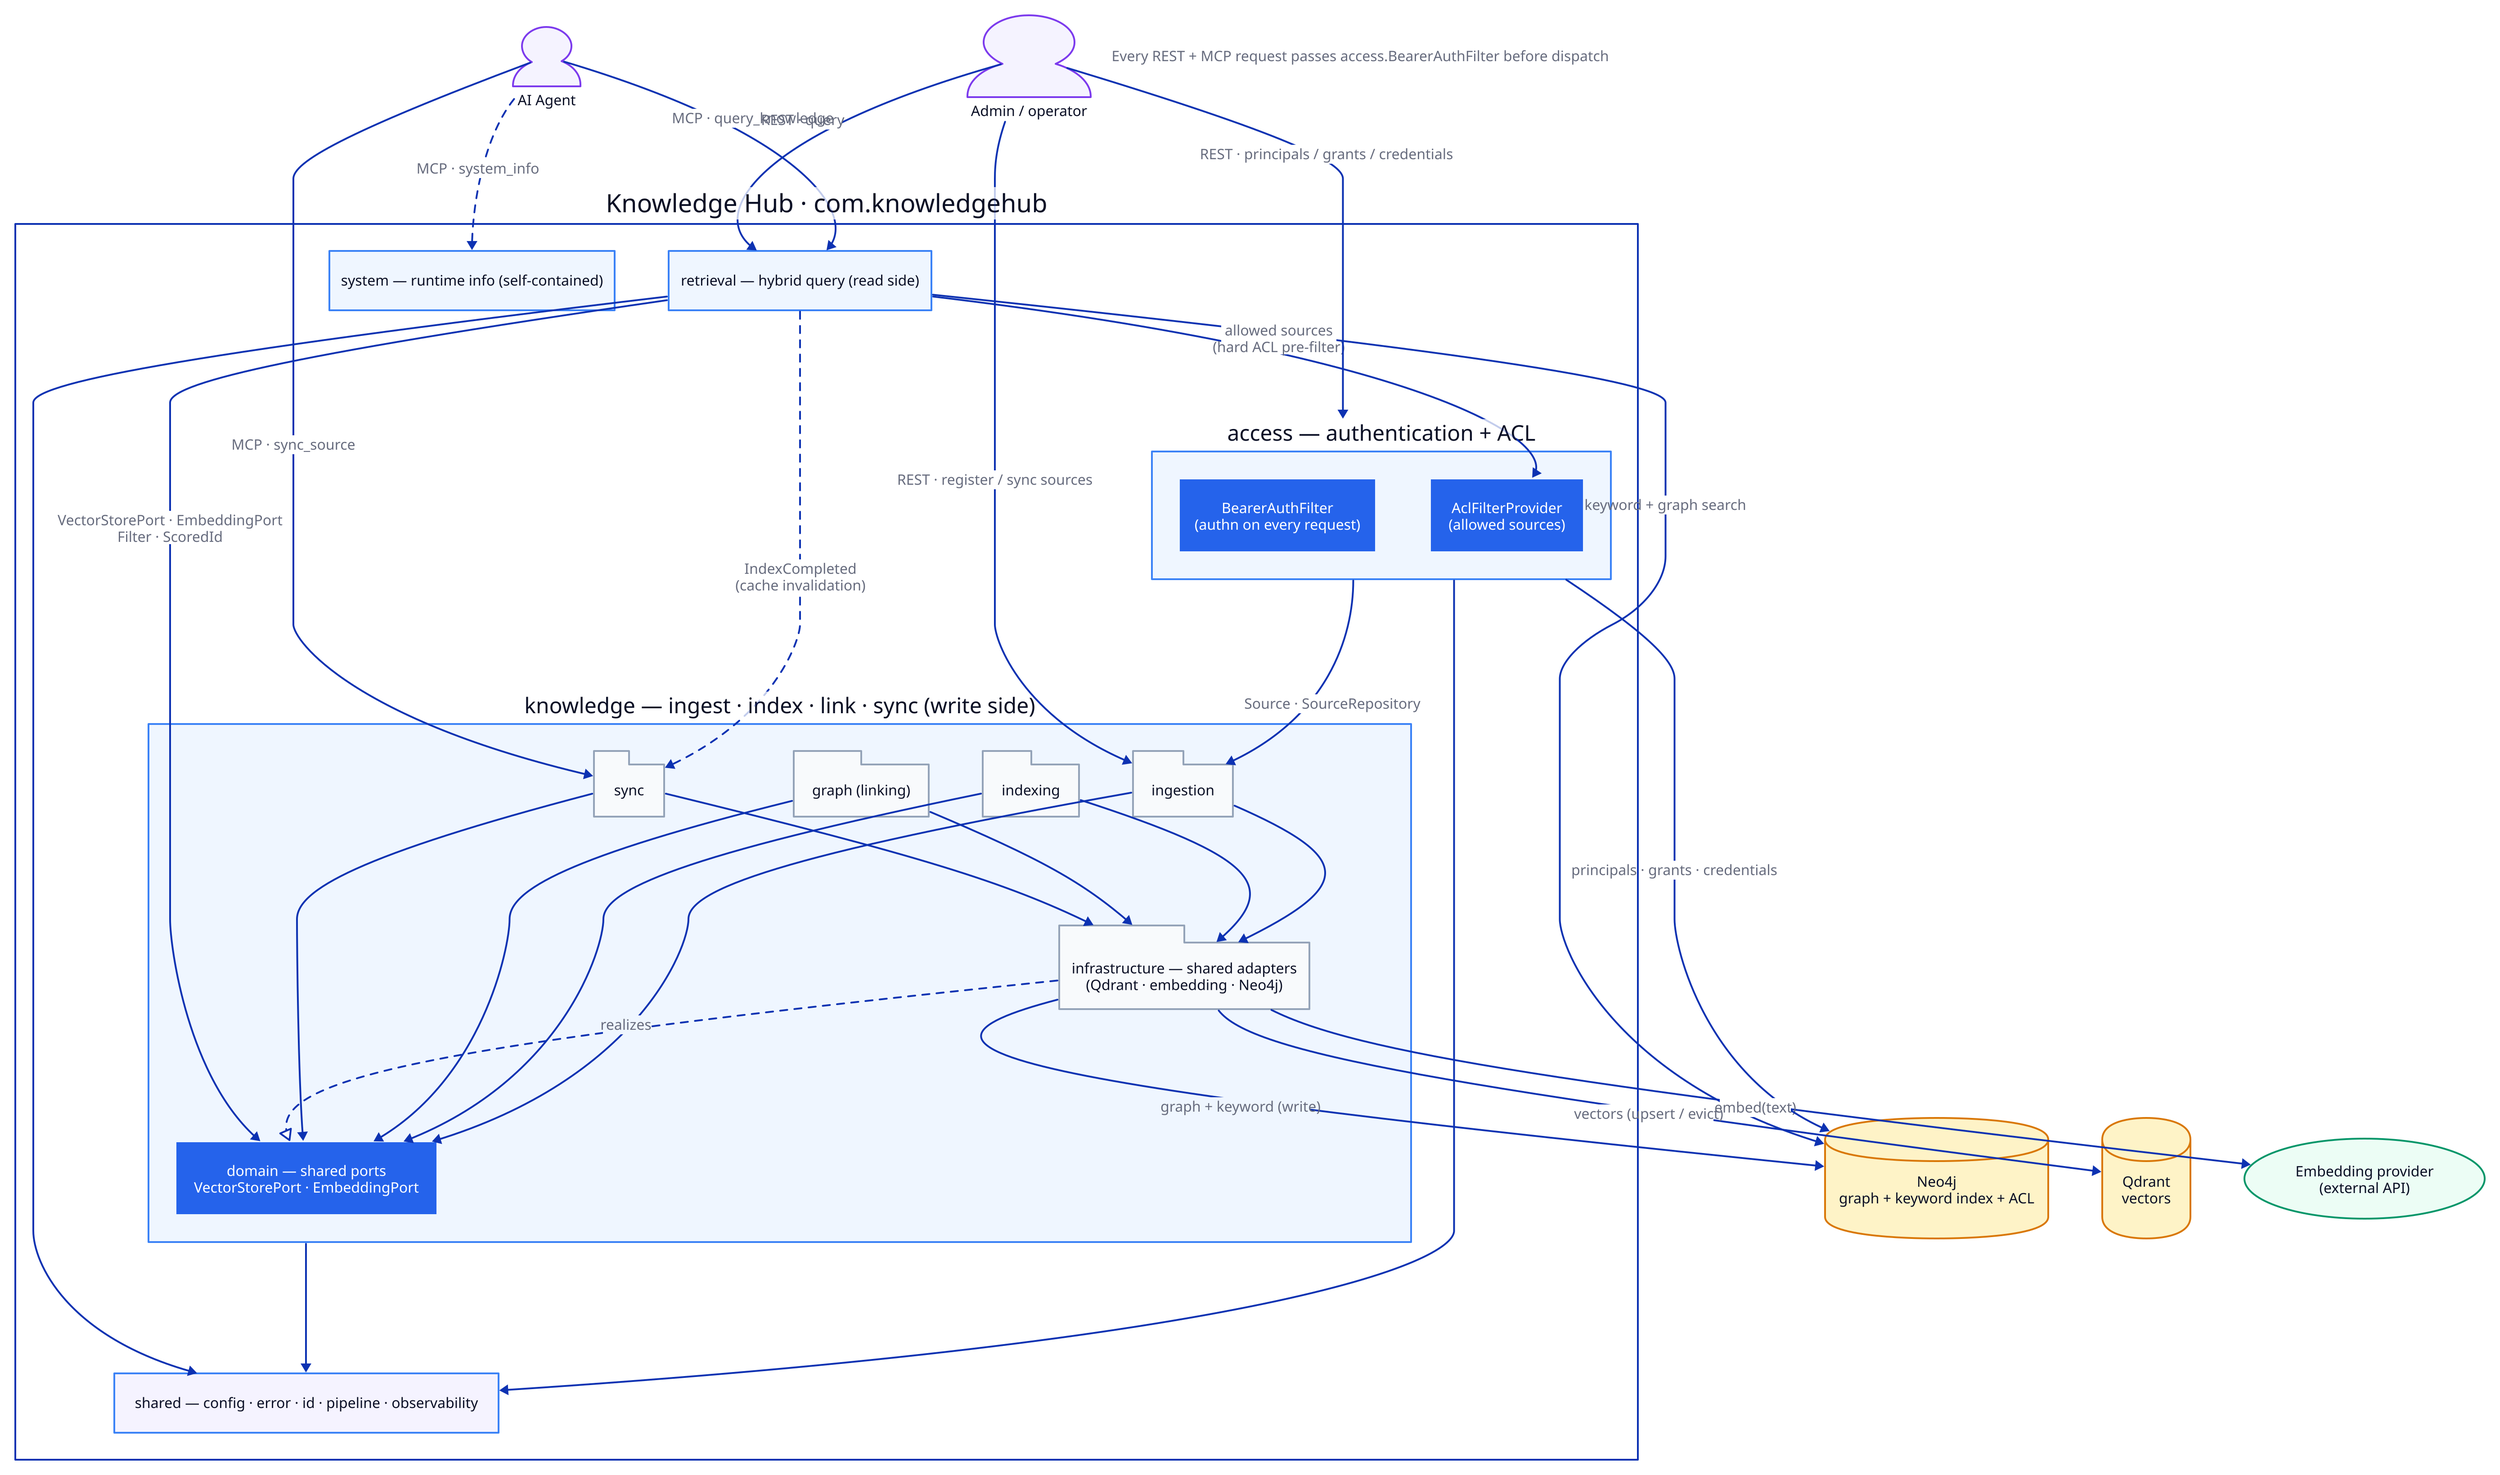
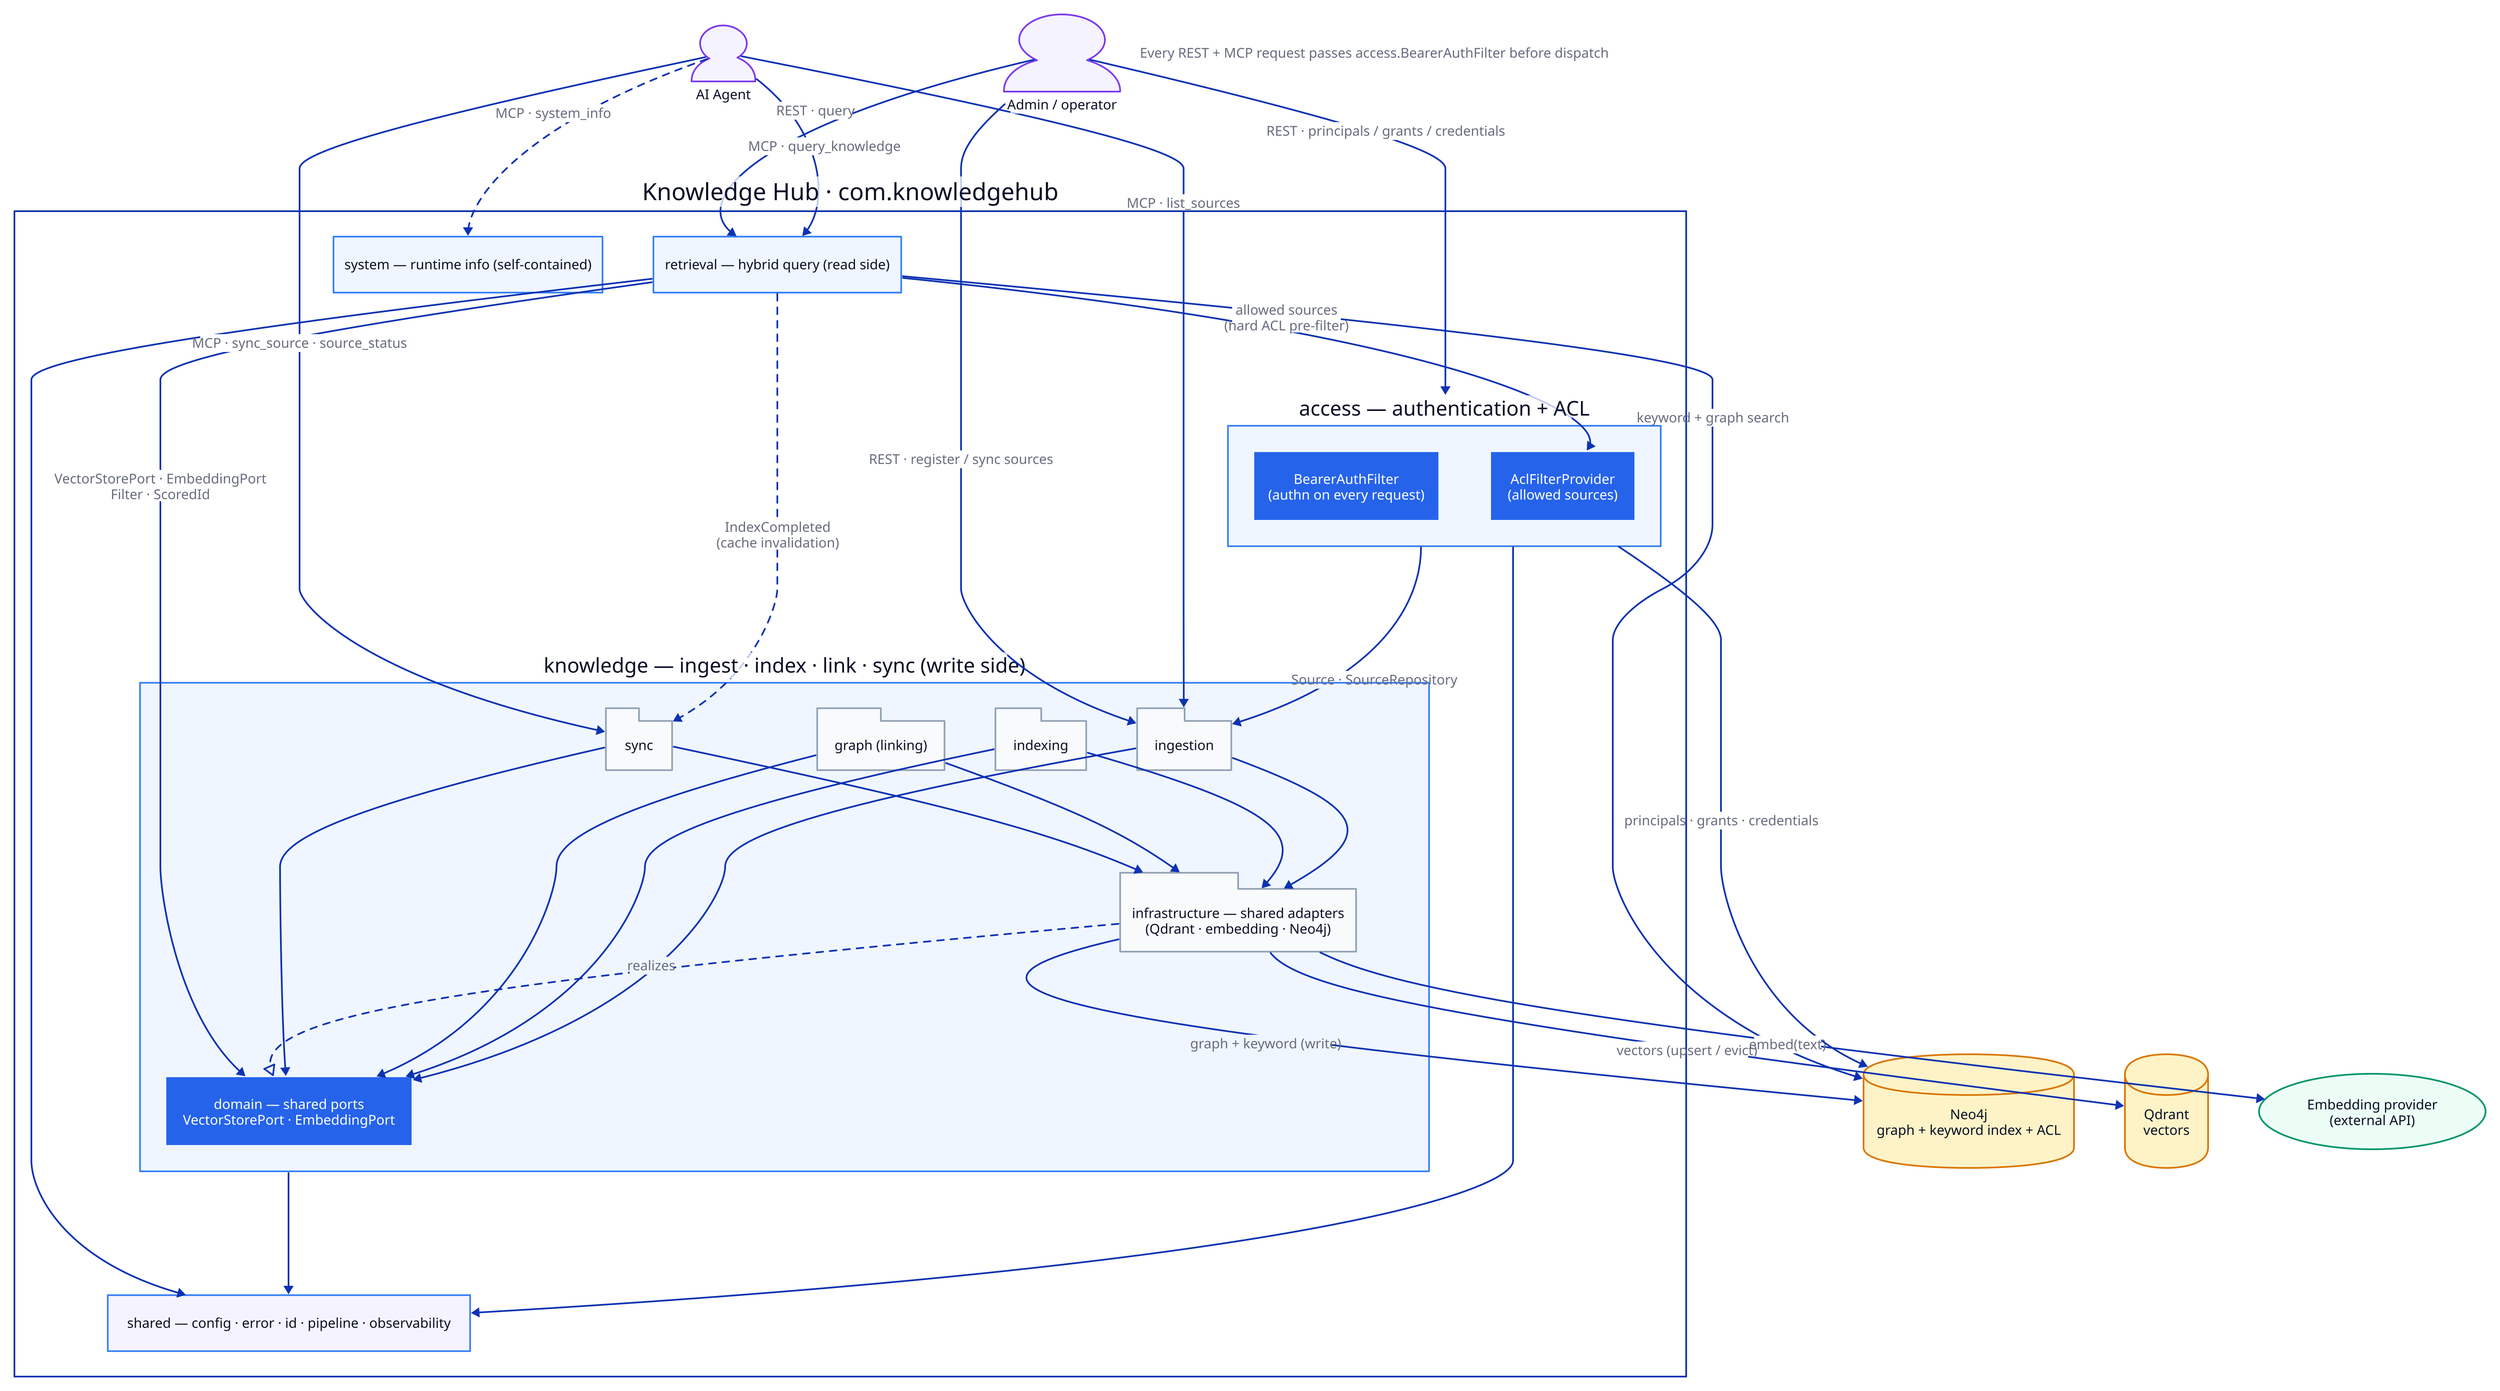
# Module / Component Architecture — Knowledge Hub (whole-system code structure)
# Component (package) view: the 4 bounded contexts + the shared kernel, the submodules
# inside `knowledge`, and the datastores / external service they depend on. Boxes are Java
# packages (packaged-by-feature, then by layer); arrows are compile-time dependencies
# labelled with the port / type / event that crosses the boundary. Dashed = domain event.
# Detailed class views of a submodule: CLASS-INDEXING.d2, CLASS-RETRIEVAL.d2, CLASS-ACCESS.d2.
- # Render:  d2 MODULE-ARCHITECTURE.d2 module-architecture.svg   (or .pdf for LaTeX)
+ # Render:  d2 COMPONENT-DIAGRAM.d2 component-diagram.svg   (or .pdf for LaTeX)
vars: {
  d2-config: {
    layout-engine: elk
    pad: 16
  }
}
direction: down

classes: {
  ctx: {
    style.fill: "#eff6ff"
    style.stroke: "#3b82f6"
  }
  sub: {
    shape: package
    style.fill: "#f8fafc"
    style.stroke: "#94a3b8"
  }
  port: {
    style.fill: "#2563eb"
    style.stroke: "#eef6ff"
    style.font-color: "#ffffff"
  }
  store: {
    shape: cylinder
    style.fill: "#fef3c7"
    style.stroke: "#d97706"
  }
  ext: {
    shape: oval
    style.fill: "#ecfdf5"
    style.stroke: "#059669"
  }
  actor: {
    shape: person
    style.fill: "#f5f3ff"
    style.stroke: "#7c3aed"
  }
}

# --- Clients ------------------------------------------------------------------
agent: "AI Agent" {class: actor}
admin: "Admin / operator" {class: actor}

# --- The application: 4 bounded contexts + shared kernel ----------------------
hub: "Knowledge Hub · com.knowledgehub" {
  style.fill: "#ffffff"

  access: "access — authentication + ACL" {
    class: ctx
    authPort: "BearerAuthFilter\n(authn on every request)" {class: port}
    aclPort: "AclFilterProvider\n(allowed sources)" {class: port}
  }

  knowledge: "knowledge — ingest · index · link · sync (write side)" {
    class: ctx
    ingestion: "ingestion" {class: sub}
    indexing: "indexing" {class: sub}
    graph: "graph (linking)" {class: sub}
    sync: "sync" {class: sub}
    kdomain: "domain — shared ports\nVectorStorePort · EmbeddingPort" {class: port}
    kinfra: "infrastructure — shared adapters\n(Qdrant · embedding · Neo4j)" {class: sub}

    # submodules build on the shared knowledge ports, realized by the shared adapters
    ingestion -> kdomain
    indexing -> kdomain
    graph -> kdomain
    sync -> kdomain
    ingestion -> kinfra
    indexing -> kinfra
    graph -> kinfra
    sync -> kinfra
    kinfra -> kdomain: realizes {target-arrowhead.shape: triangle; target-arrowhead.style.filled: false; style.stroke-dash: 4}
  }

  retrieval: "retrieval — hybrid query (read side)" {class: ctx}
  system: "system — runtime info (self-contained)" {class: ctx}
  shared: "shared — config · error · id · pipeline · observability" {
    class: ctx
    style.fill: "#f5f3ff"
  }
}

# --- External systems ---------------------------------------------------------
neo4j: "Neo4j\ngraph + keyword index + ACL" {class: store}
qdrant: "Qdrant\nvectors" {class: store}
embed: "Embedding provider\n(external API)" {class: ext}

# --- Cross-context dependencies (the arrows a single-slice class diagram hides) --
# retrieval requires knowledge's ports, reacts to its sync event, and asks access for the ACL set
hub.retrieval -> hub.knowledge.kdomain: "VectorStorePort · EmbeddingPort\nFilter · ScoredId"
hub.retrieval -> hub.knowledge.sync: "IndexCompleted\n(cache invalidation)" {style.stroke-dash: 4}
hub.retrieval -> hub.access.aclPort: "allowed sources\n(hard ACL pre-filter)"
# the ACL authorizes on sources, whose model the ingestion submodule owns
hub.access -> hub.knowledge.ingestion: "Source · SourceRepository"
# shared kernel used by the three data-facing contexts (system is self-contained)
hub.access -> hub.shared
hub.knowledge -> hub.shared
hub.retrieval -> hub.shared

# --- Datastores / external service -------------------------------------------
# knowledge write side dual-writes both stores and calls the embedding API
hub.knowledge.kinfra -> neo4j: "graph + keyword (write)"
hub.knowledge.kinfra -> qdrant: "vectors (upsert / evict)"
hub.knowledge.kinfra -> embed: "embed(text)"
# access persists the ACL in Neo4j
hub.access -> neo4j: "principals · grants · credentials"
# retrieval reads Neo4j directly (keyword + graph); its semantic path reaches Qdrant
# through knowledge's VectorStorePort, so no direct retrieval -> Qdrant edge
hub.retrieval -> neo4j: "keyword + graph search"

# --- Inbound: which context each client drives (all authenticated first) ------
authNote: "Every REST + MCP request passes access.BearerAuthFilter before dispatch" {
  shape: text
  style.italic: true
}
agent -> hub.retrieval: "MCP · query_knowledge"
- agent -> hub.knowledge.sync: "MCP · sync_source"
+ agent -> hub.knowledge.ingestion: "MCP · list_sources"
+ agent -> hub.knowledge.sync: "MCP · sync_source · source_status"
admin -> hub.access: "REST · principals / grants / credentials"
admin -> hub.knowledge.ingestion: "REST · register / sync sources"
admin -> hub.retrieval: "REST · query"
agent -> hub.system: "MCP · system_info" {style.stroke-dash: 4}
